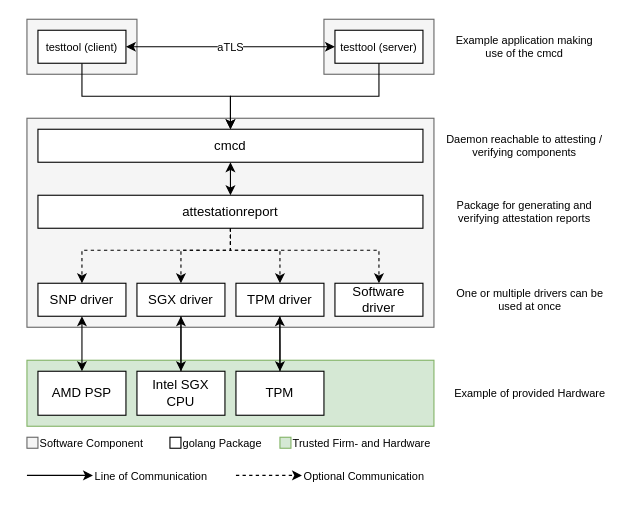
Earlier version of the draw.io diagram doc/overview.drawio (Fraunhofer-AISEC/cmc). Source tidied: cells renumbered, new cells numbered last; positions are measured from the earlier drawing's top-left corner, leaving out a move shared by most shapes. Both pictures are drawn from the tidied source at 110%, with x=0, y=0 at pixel (26, 19).
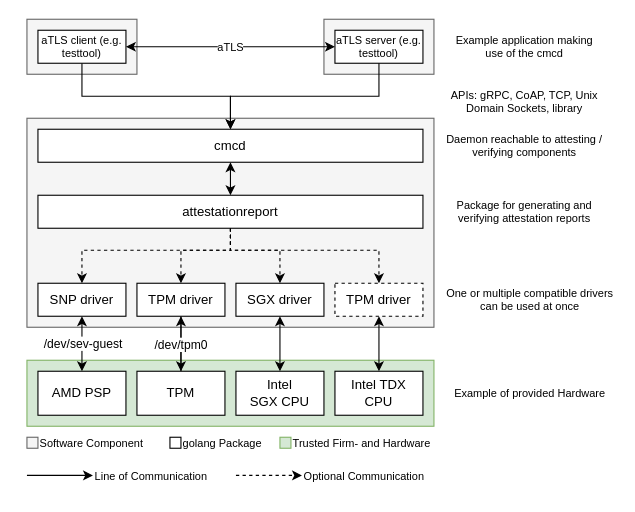
After the change.

Unchanged cells that the change refers to:
```xml
<mxCell id="10" style="edgeStyle=orthogonalEdgeStyle;rounded=0;jettySize=auto;html=1;exitX=0.5;exitY=1;exitDx=0;exitDy=0;entryX=0.5;entryY=0;entryDx=0;entryDy=0;labelBackgroundColor=#FFFFFF;fontSize=10;startArrow=classic;startFill=1;" parent="1" edge="1" source="11" target="31">
  <mxGeometry relative="1" as="geometry" />
</mxCell>
<mxCell id="40" style="edgeStyle=orthogonalEdgeStyle;rounded=0;jettySize=auto;html=1;exitX=0.5;exitY=0;exitDx=0;exitDy=0;entryX=0.5;entryY=1;entryDx=0;entryDy=0;" parent="1" edge="1" source="41" target="13">
  <mxGeometry relative="1" as="geometry" />
</mxCell>
```

The edit, as a diff of the source:
```diff
@@
+    <mxCell id="45" value="/dev/sev-guest" style="edgeLabel;html=1;align=center;verticalAlign=middle;" parent="10" vertex="1">
+      <mxGeometry x="-0.04" relative="1" as="geometry" />
+    </mxCell>
@@
-    <mxCell id="13" value="SGX driver" style="rounded=0;whiteSpace=wrap;html=1;" parent="1" vertex="1">
+    <mxCell id="13" value="TPM driver" style="rounded=0;whiteSpace=wrap;html=1;" parent="1" vertex="1">
       <mxGeometry x="100" y="240" width="80" height="30" as="geometry" />
     </mxCell>
-    <mxCell id="14" value="Software driver" style="rounded=0;whiteSpace=wrap;html=1;" parent="1" vertex="1">
+    <mxCell id="14" value="TPM driver" style="rounded=0;whiteSpace=wrap;html=1;dashed=1;" parent="1" vertex="1">
       <mxGeometry x="280" y="240" width="80" height="30" as="geometry" />
     </mxCell>
-    <mxCell id="15" value="One or multiple drivers can be used at once" style="text;html=1;strokeColor=none;fillColor=none;align=center;verticalAlign=middle;whiteSpace=wrap;rounded=0;fontSize=10;" parent="1" vertex="1">
+    <mxCell id="15" value="One or multiple compatible drivers can be used at once" style="text;html=1;strokeColor=none;fillColor=none;align=center;verticalAlign=middle;whiteSpace=wrap;rounded=0;fontSize=10;" parent="1" vertex="1">
       <mxGeometry x="380" y="240" width="155" height="30" as="geometry" />
     </mxCell>
@@
-    <mxCell id="18" value="testtool (client)" style="rounded=0;whiteSpace=wrap;html=1;fontSize=10;" parent="1" vertex="1">
+    <mxCell id="18" value="aTLS client (e.g. testtool)" style="rounded=0;whiteSpace=wrap;html=1;fontSize=10;" parent="1" vertex="1">
       <mxGeometry x="10" y="10" width="80" height="30" as="geometry" />
     </mxCell>
-    <mxCell id="19" value="testtool (server)" style="rounded=0;whiteSpace=wrap;html=1;fontSize=10;" parent="1" vertex="1">
+    <mxCell id="19" value="aTLS server (e.g. testtool)" style="rounded=0;whiteSpace=wrap;html=1;fontSize=10;" parent="1" vertex="1">
       <mxGeometry x="280" y="10" width="80" height="30" as="geometry" />
     </mxCell>
@@
-    <mxCell id="29" style="edgeStyle=orthogonalEdgeStyle;rounded=0;jettySize=auto;html=1;exitX=0.5;exitY=0;exitDx=0;exitDy=0;" parent="1" edge="1" source="30">
-      <mxGeometry relative="1" as="geometry">
-        <mxPoint x="229.8" y="270" as="targetPoint" />
-      </mxGeometry>
-    </mxCell>
-    <mxCell id="30" value="TPM" style="rounded=0;whiteSpace=wrap;html=1;" parent="1" vertex="1">
-      <mxGeometry x="190" y="320" width="80" height="40" as="geometry" />
+    <mxCell id="30" value="Intel TDX CPU" style="rounded=0;whiteSpace=wrap;html=1;" parent="1" vertex="1">
+      <mxGeometry x="280" y="320" width="80" height="40" as="geometry" />
     </mxCell>
@@
+    <mxCell id="46" value="/dev/tpm0" style="edgeLabel;html=1;align=center;verticalAlign=middle;" parent="40" vertex="1">
+      <mxGeometry y="1" relative="1" as="geometry" />
+    </mxCell>
-    <mxCell id="41" value="Intel SGX CPU" style="rounded=0;whiteSpace=wrap;html=1;" parent="1" vertex="1">
+    <mxCell id="41" value="TPM" style="rounded=0;whiteSpace=wrap;html=1;" parent="1" vertex="1">
       <mxGeometry x="100" y="320" width="80" height="40" as="geometry" />
     </mxCell>
-    <mxCell id="42" style="edgeStyle=orthogonalEdgeStyle;rounded=0;jettySize=auto;html=1;exitX=0.5;exitY=1;exitDx=0;exitDy=0;entryX=0.5;entryY=0;entryDx=0;entryDy=0;" parent="1" edge="1" source="43" target="30">
-      <mxGeometry relative="1" as="geometry" />
-    </mxCell>
-    <mxCell id="43" value="TPM driver" style="rounded=0;whiteSpace=wrap;html=1;" parent="1" vertex="1">
+    <mxCell id="43" value="SGX driver" style="rounded=0;whiteSpace=wrap;html=1;" parent="1" vertex="1">
       <mxGeometry x="190" y="240" width="80" height="30" as="geometry" />
     </mxCell>
@@
+    <mxCell id="47" style="endArrow=classic;startArrow=classic;html=1;rounded=0;entryX=0.5;entryY=1;entryDx=0;entryDy=0;exitX=0.5;exitY=0;exitDx=0;exitDy=0;" parent="1" edge="1" source="30" target="14">
+      <mxGeometry relative="1" as="geometry" />
+    </mxCell>
+    <mxCell id="48" value="Intel SGX&amp;nbsp;&lt;span style=&quot;background-color: initial;&quot;&gt;CPU&lt;/span&gt;" style="rounded=0;whiteSpace=wrap;html=1;" parent="1" vertex="1">
+      <mxGeometry x="190" y="320" width="80" height="40" as="geometry" />
+    </mxCell>
+    <mxCell id="49" style="endArrow=classic;startArrow=classic;html=1;rounded=0;entryX=0.5;entryY=1;entryDx=0;entryDy=0;" parent="1" edge="1" source="48" target="43">
+      <mxGeometry relative="1" as="geometry" />
+    </mxCell>
+    <mxCell id="50" value="APIs: gRPC, CoAP, TCP, Unix Domain Sockets, library" style="text;html=1;strokeColor=none;fillColor=none;align=center;verticalAlign=middle;whiteSpace=wrap;rounded=0;fontSize=10;" parent="1" vertex="1">
+      <mxGeometry x="380" y="60" width="145" height="30" as="geometry" />
+    </mxCell>
```
